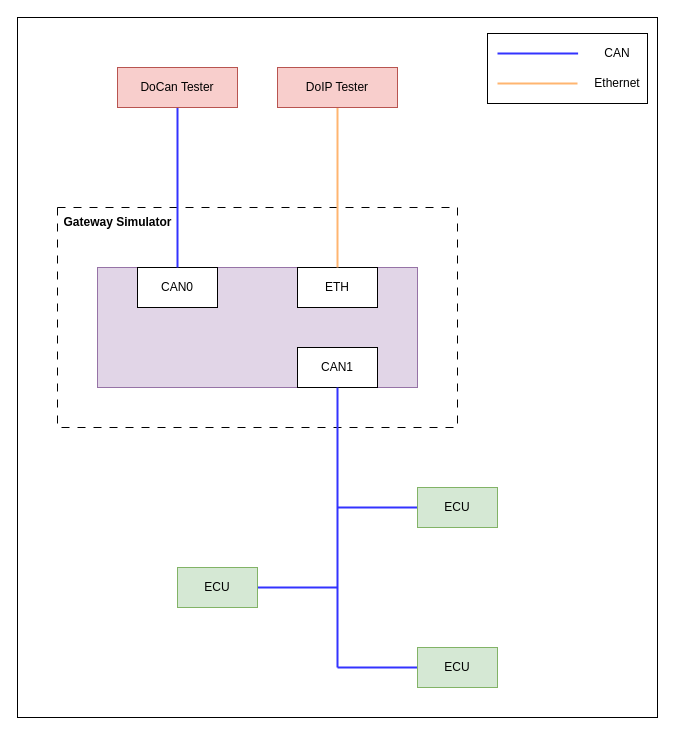
CN-CaoJun/Automotive-ECU-Simulator keeps this draw.io diagram as pics/SimulateNodeofAuto.drawio. Above is the earlier version. Source tidied: cells renumbered, new cells numbered last; positions are measured from the earlier drawing's top-left corner, leaving out a move shared by most shapes. Both pictures are drawn from the tidied source at 100%, with x=0, y=0 at pixel (17, 17).
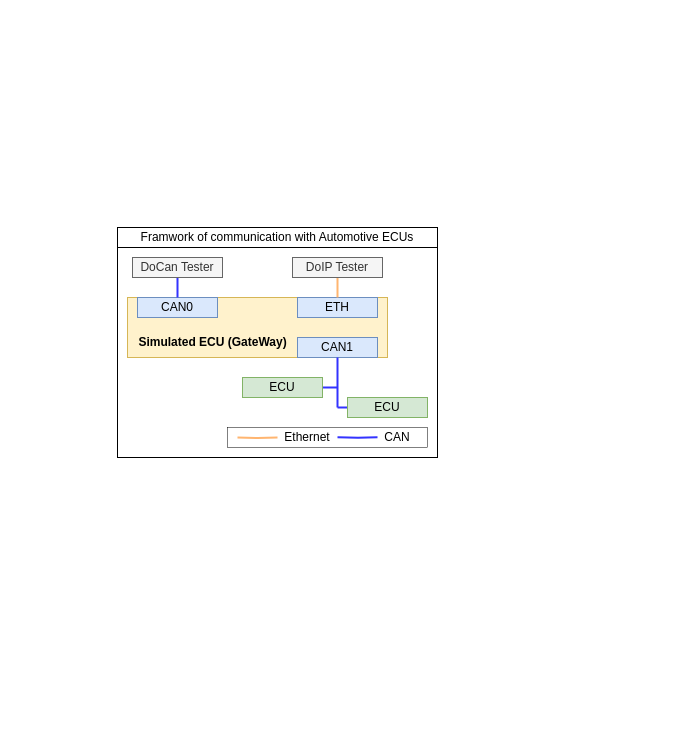
The same page after the edit.

Change to the diagram source:
```diff
@@
+    <mxCell id="25" style="rounded=0;whiteSpace=wrap;html=1;strokeWidth=0.5;fillColor=none;" parent="1" vertex="1">
+      <mxGeometry x="210" y="410" width="200" height="20" as="geometry" />
+    </mxCell>
     <mxCell id="2" style="rounded=0;whiteSpace=wrap;html=1;fillColor=none;gradientColor=default;" parent="1" vertex="1">
-      <mxGeometry width="640" height="700" as="geometry" />
+      <mxGeometry x="100" y="230" width="320" height="210" as="geometry" />
     </mxCell>
-    <mxCell id="3" style="rounded=0;whiteSpace=wrap;html=1;fillColor=none;dashed=1;dashPattern=8 8;" parent="1" vertex="1">
-      <mxGeometry x="40" y="190" width="400" height="220" as="geometry" />
-    </mxCell>
-    <mxCell id="4" style="rounded=0;whiteSpace=wrap;html=1;fillColor=#e1d5e7;strokeColor=#9673a6;" parent="1" vertex="1">
-      <mxGeometry x="80" y="250" width="320" height="120" as="geometry" />
+    <mxCell id="4" style="rounded=0;whiteSpace=wrap;html=1;fillColor=#fff2cc;strokeColor=#d6b656;" parent="1" vertex="1">
+      <mxGeometry x="110" y="280" width="260" height="60" as="geometry" />
     </mxCell>
-    <mxCell id="5" value="CAN0" style="rounded=0;whiteSpace=wrap;html=1;" parent="1" vertex="1">
-      <mxGeometry x="120" y="250" width="80" height="40" as="geometry" />
+    <mxCell id="5" value="CAN0" style="rounded=0;whiteSpace=wrap;html=1;fillColor=#dae8fc;strokeColor=#6c8ebf;" parent="1" vertex="1">
+      <mxGeometry x="120" y="280" width="80" height="20" as="geometry" />
     </mxCell>
-    <mxCell id="6" value="CAN1" style="rounded=0;whiteSpace=wrap;html=1;" parent="1" vertex="1">
-      <mxGeometry x="280" y="330" width="80" height="40" as="geometry" />
+    <mxCell id="6" value="CAN1" style="rounded=0;whiteSpace=wrap;html=1;fillColor=#dae8fc;strokeColor=#6c8ebf;" parent="1" vertex="1">
+      <mxGeometry x="280" y="320" width="80" height="20" as="geometry" />
     </mxCell>
-    <mxCell id="7" value="ETH" style="rounded=0;whiteSpace=wrap;html=1;" parent="1" vertex="1">
-      <mxGeometry x="280" y="250" width="80" height="40" as="geometry" />
+    <mxCell id="7" value="ETH" style="rounded=0;whiteSpace=wrap;html=1;fillColor=#dae8fc;strokeColor=#6c8ebf;" parent="1" vertex="1">
+      <mxGeometry x="280" y="280" width="80" height="20" as="geometry" />
     </mxCell>
-    <mxCell id="8" style="edgeStyle=orthogonalEdgeStyle;rounded=0;jettySize=auto;html=1;strokeColor=#3333FF;strokeWidth=2;endArrow=none;endFill=0;" parent="1" edge="1" source="9" target="5">
+    <mxCell id="8" style="edgeStyle=orthogonalEdgeStyle;rounded=0;jettySize=auto;html=1;strokeColor=#3333FF;strokeWidth=2;endArrow=none;endFill=0;exitX=0.5;exitY=1;exitDx=0;exitDy=0;" parent="1" edge="1" source="9" target="5">
       <mxGeometry relative="1" as="geometry" />
     </mxCell>
-    <mxCell id="9" value="DoCan Tester" style="rounded=0;whiteSpace=wrap;html=1;fillColor=#f8cecc;strokeColor=#b85450;" parent="1" vertex="1">
-      <mxGeometry x="100" y="50" width="120" height="40" as="geometry" />
+    <mxCell id="9" value="DoCan Tester" style="rounded=0;whiteSpace=wrap;html=1;fillColor=#f5f5f5;strokeColor=#666666;fontColor=#333333;" parent="1" vertex="1">
+      <mxGeometry x="115" y="240" width="90" height="20" as="geometry" />
     </mxCell>
@@
-    <mxCell id="11" value="DoIP Tester" style="rounded=0;whiteSpace=wrap;html=1;fillColor=#f8cecc;strokeColor=#b85450;" parent="1" vertex="1">
-      <mxGeometry x="260" y="50" width="120" height="40" as="geometry" />
+    <mxCell id="11" value="DoIP Tester" style="rounded=0;whiteSpace=wrap;html=1;fillColor=#f5f5f5;strokeColor=#666666;fontColor=#333333;" parent="1" vertex="1">
+      <mxGeometry x="275" y="240" width="90" height="20" as="geometry" />
     </mxCell>
     <mxCell id="12" style="endArrow=none;html=1;rounded=0;strokeWidth=2;strokeColor=#3333FF;" parent="1" edge="1">
       <mxGeometry relative="1" as="geometry">
-        <mxPoint x="320" y="650" as="sourcePoint" />
-        <mxPoint x="320" y="370" as="targetPoint" />
+        <mxPoint x="320" y="390" as="sourcePoint" />
+        <mxPoint x="320" y="340" as="targetPoint" />
       </mxGeometry>
     </mxCell>
-    <mxCell id="13" style="endArrow=none;html=1;rounded=0;strokeWidth=2;strokeColor=#3333FF;" parent="1" edge="1">
+    <mxCell id="13" style="endArrow=none;html=1;rounded=0;strokeWidth=2;strokeColor=#3333FF;startArrow=none;" parent="1" edge="1" source="16">
       <mxGeometry relative="1" as="geometry">
-        <mxPoint x="320" y="490" as="sourcePoint" />
-        <mxPoint x="400" y="490" as="targetPoint" />
+        <mxPoint x="400" y="390" as="targetPoint" />
       </mxGeometry>
     </mxCell>
-    <mxCell id="14" style="endArrow=none;html=1;rounded=0;strokeWidth=2;strokeColor=#3333FF;" parent="1" edge="1">
+    <mxCell id="14" style="endArrow=none;html=1;rounded=0;strokeWidth=2;strokeColor=#3333FF;startArrow=none;" parent="1" edge="1" source="17">
       <mxGeometry relative="1" as="geometry">
-        <mxPoint x="240" y="570" as="sourcePoint" />
-        <mxPoint x="320" y="570" as="targetPoint" />
+        <mxPoint x="320" y="370" as="targetPoint" />
       </mxGeometry>
     </mxCell>
-    <mxCell id="15" style="endArrow=none;html=1;rounded=0;strokeWidth=2;strokeColor=#3333FF;" parent="1" edge="1">
-      <mxGeometry relative="1" as="geometry">
-        <mxPoint x="320" y="650" as="sourcePoint" />
-        <mxPoint x="400" y="650" as="targetPoint" />
-      </mxGeometry>
-    </mxCell>
-    <mxCell id="16" value="ECU" style="rounded=0;whiteSpace=wrap;html=1;fillColor=#d5e8d4;strokeColor=#82b366;" parent="1" vertex="1">
-      <mxGeometry x="400" y="470" width="80" height="40" as="geometry" />
-    </mxCell>
-    <mxCell id="17" value="ECU" style="rounded=0;whiteSpace=wrap;html=1;fillColor=#d5e8d4;strokeColor=#82b366;" parent="1" vertex="1">
-      <mxGeometry x="160" y="550" width="80" height="40" as="geometry" />
-    </mxCell>
-    <mxCell id="18" value="ECU" style="rounded=0;whiteSpace=wrap;html=1;fillColor=#d5e8d4;strokeColor=#82b366;" parent="1" vertex="1">
-      <mxGeometry x="400" y="630" width="80" height="40" as="geometry" />
-    </mxCell>
-    <mxCell id="19" value="&lt;b&gt;Gateway Simulator&lt;/b&gt;" style="text;html=1;align=center;verticalAlign=middle;strokeColor=none;fillColor=none;" parent="1" vertex="1">
-      <mxGeometry x="35" y="190" width="130" height="30" as="geometry" />
+    <mxCell id="19" value="&lt;b&gt;Simulated ECU (GateWay)&lt;/b&gt;" style="text;html=1;align=center;verticalAlign=middle;strokeColor=none;fillColor=none;" parent="1" vertex="1">
+      <mxGeometry x="110" y="310" width="170" height="30" as="geometry" />
     </mxCell>
     <mxCell id="20" style="edgeStyle=orthogonalEdgeStyle;rounded=0;orthogonalLoop=1;jettySize=auto;html=1;strokeColor=#3333FF;strokeWidth=2;endArrow=none;endFill=0;" parent="1" edge="1">
       <mxGeometry relative="1" as="geometry">
-        <mxPoint x="480" y="36" as="sourcePoint" />
-        <mxPoint x="560.6" y="36" as="targetPoint" />
+        <mxPoint x="320" y="419.8" as="sourcePoint" />
+        <mxPoint x="360" y="419.8" as="targetPoint" />
       </mxGeometry>
     </mxCell>
     <mxCell id="21" style="edgeStyle=orthogonalEdgeStyle;rounded=0;orthogonalLoop=1;jettySize=auto;html=1;strokeColor=#FFB570;strokeWidth=2;endArrow=none;endFill=0;" parent="1" edge="1">
       <mxGeometry relative="1" as="geometry">
-        <mxPoint x="480" y="66" as="sourcePoint" />
-        <mxPoint x="560" y="66" as="targetPoint" />
+        <mxPoint x="220" y="420" as="sourcePoint" />
+        <mxPoint x="260" y="420" as="targetPoint" />
       </mxGeometry>
     </mxCell>
     <mxCell id="22" value="Ethernet" style="rounded=0;whiteSpace=wrap;html=1;strokeColor=none;fillColor=none;" parent="1" vertex="1">
-      <mxGeometry x="580" y="46" width="40" height="40" as="geometry" />
+      <mxGeometry x="270" y="400" width="40" height="40" as="geometry" />
     </mxCell>
     <mxCell id="23" value="CAN" style="rounded=0;whiteSpace=wrap;html=1;strokeColor=none;fillColor=none;" parent="1" vertex="1">
-      <mxGeometry x="580" y="16" width="40" height="40" as="geometry" />
+      <mxGeometry x="360" y="410" width="40" height="20" as="geometry" />
     </mxCell>
-    <mxCell id="24" style="rounded=0;whiteSpace=wrap;html=1;fillColor=none;gradientColor=default;" parent="1" vertex="1">
-      <mxGeometry x="470" y="16" width="160" height="70" as="geometry" />
-    </mxCell>
+    <mxCell id="26" style="endArrow=none;html=1;rounded=0;strokeWidth=2;strokeColor=#3333FF;" parent="1" edge="1" target="17">
+      <mxGeometry relative="1" as="geometry">
+        <mxPoint x="240" y="370" as="sourcePoint" />
+      </mxGeometry>
+    </mxCell>
+    <mxCell id="17" value="ECU" style="rounded=0;whiteSpace=wrap;html=1;fillColor=#d5e8d4;strokeColor=#82b366;" parent="1" vertex="1">
+      <mxGeometry x="225" y="360" width="80" height="20" as="geometry" />
+    </mxCell>
+    <mxCell id="27" style="endArrow=none;html=1;rounded=0;strokeWidth=2;strokeColor=#3333FF;" parent="1" edge="1" target="16">
+      <mxGeometry relative="1" as="geometry">
+        <mxPoint x="320" y="390" as="sourcePoint" />
+      </mxGeometry>
+    </mxCell>
+    <mxCell id="16" value="ECU" style="rounded=0;whiteSpace=wrap;html=1;fillColor=#d5e8d4;strokeColor=#82b366;" parent="1" vertex="1">
+      <mxGeometry x="330" y="380" width="80" height="20" as="geometry" />
+    </mxCell>
+    <mxCell id="28" value="Framwork of communication with Automotive ECUs" style="rounded=0;whiteSpace=wrap;html=1;strokeWidth=1;fillColor=none;" parent="1" vertex="1">
+      <mxGeometry x="100" y="210" width="320" height="20" as="geometry" />
+    </mxCell>
```
